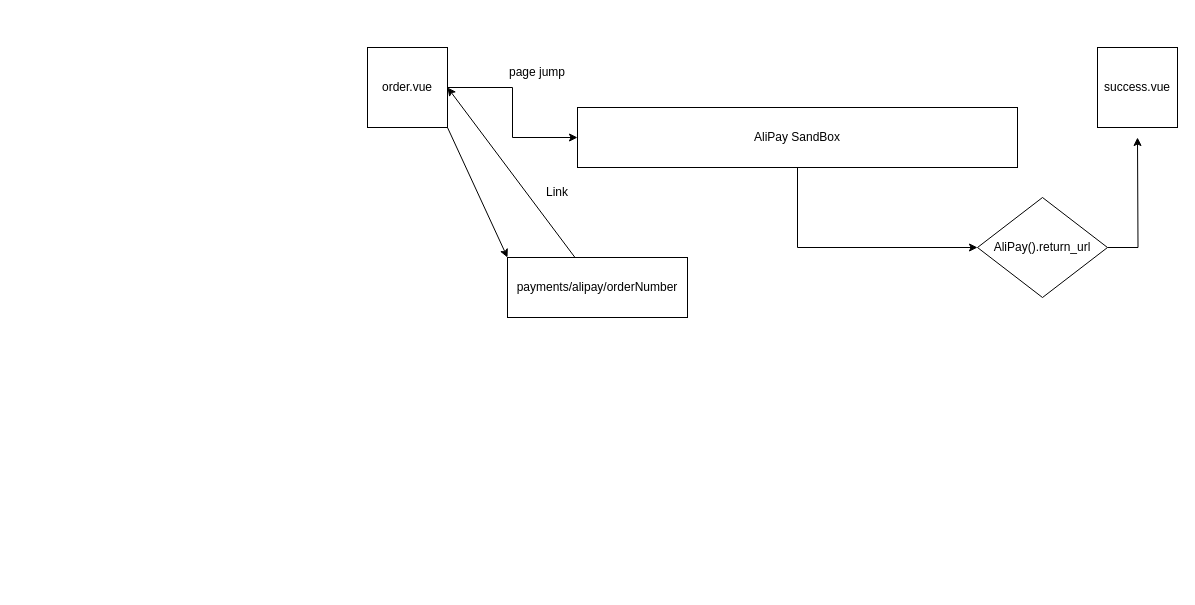
The draw.io diagram draw.io/payment flow.drawio in Caesar-Victory/archtechIllustration, before the edit. Source tidied: cells renumbered, new cells numbered last; positions are measured from the earlier drawing's top-left corner, leaving out a move shared by most shapes. Both pictures are drawn from the tidied source at 100%, with x=0, y=0 at pixel (367, 47).
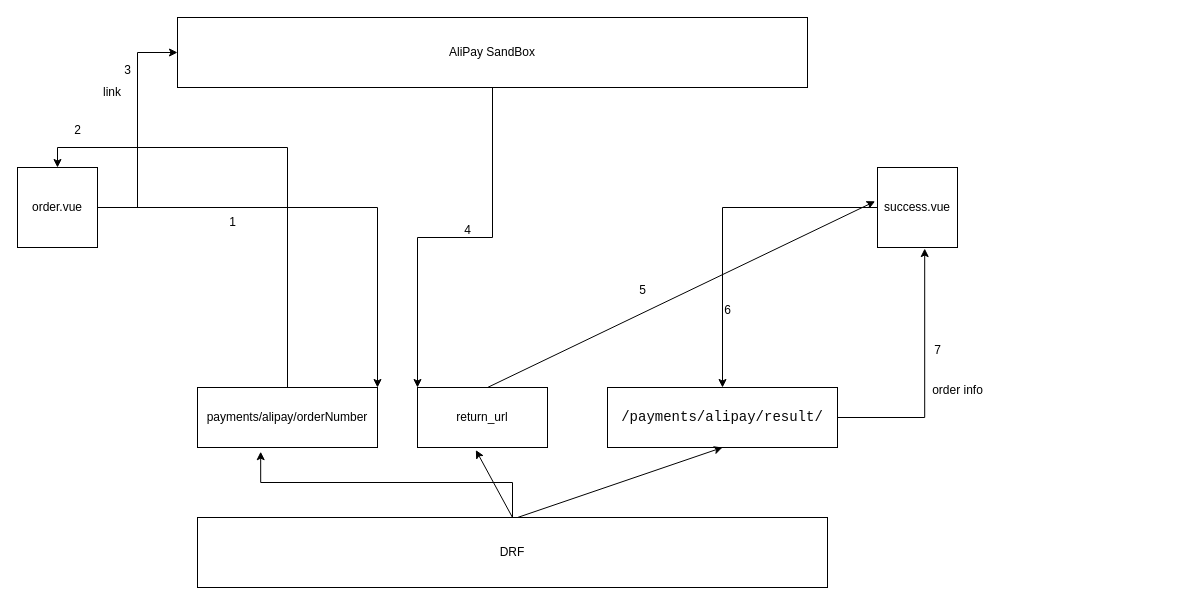
Above is the later version.

The edit, as a diff of the source:
```diff
@@
-    <mxCell id="2" style="edgeStyle=orthogonalEdgeStyle;rounded=0;jettySize=auto;html=1;" parent="1" edge="1" source="3" target="9">
-      <mxGeometry relative="1" as="geometry" />
-    </mxCell>
+    <mxCell id="6" style="edgeStyle=orthogonalEdgeStyle;rounded=0;jettySize=auto;html=1;entryX=1;entryY=0;entryDx=0;entryDy=0;" parent="1" edge="1" source="3" target="5">
+      <mxGeometry relative="1" as="geometry" />
+    </mxCell>
+    <mxCell id="14" style="edgeStyle=orthogonalEdgeStyle;rounded=0;jettySize=auto;html=1;entryX=0;entryY=0.5;entryDx=0;entryDy=0;" parent="1" edge="1" source="3" target="21">
+      <mxGeometry relative="1" as="geometry" />
+    </mxCell>
     <mxCell id="3" value="order.vue" style="whiteSpace=wrap;html=1;" parent="1" vertex="1">
-      <mxGeometry width="80" height="80" as="geometry" />
+      <mxGeometry x="-350" y="120" width="80" height="80" as="geometry" />
     </mxCell>
+    <mxCell id="15" style="edgeStyle=orthogonalEdgeStyle;rounded=0;jettySize=auto;html=1;entryX=0.5;entryY=0;entryDx=0;entryDy=0;" parent="1" edge="1" source="4" target="18">
+      <mxGeometry relative="1" as="geometry" />
+    </mxCell>
     <mxCell id="4" value="success.vue" style="whiteSpace=wrap;html=1;" parent="1" vertex="1">
-      <mxGeometry x="730" width="80" height="80" as="geometry" />
+      <mxGeometry x="510" y="120" width="80" height="80" as="geometry" />
     </mxCell>
+    <mxCell id="7" style="edgeStyle=orthogonalEdgeStyle;rounded=0;jettySize=auto;html=1;entryX=0.5;entryY=0;entryDx=0;entryDy=0;exitX=0.5;exitY=0;exitDx=0;exitDy=0;" parent="1" edge="1" source="5" target="3">
+      <mxGeometry relative="1" as="geometry" />
+    </mxCell>
     <mxCell id="5" value="payments/alipay/orderNumber" style="rounded=0;whiteSpace=wrap;html=1;" parent="1" vertex="1">
-      <mxGeometry x="140" y="210" width="180" height="60" as="geometry" />
+      <mxGeometry x="-170" y="340" width="180" height="60" as="geometry" />
     </mxCell>
-    <mxCell id="6" style="endArrow=classic;html=1;rounded=0;exitX=1;exitY=1;exitDx=0;exitDy=0;entryX=0;entryY=0;entryDx=0;entryDy=0;" parent="1" edge="1" source="3" target="5">
-      <mxGeometry relative="1" as="geometry" />
-    </mxCell>
-    <mxCell id="7" style="endArrow=classic;html=1;rounded=0;entryX=1;entryY=0.5;entryDx=0;entryDy=0;" parent="1" edge="1" source="5" target="3">
-      <mxGeometry relative="1" as="geometry" />
-    </mxCell>
-    <mxCell id="8" style="edgeStyle=orthogonalEdgeStyle;rounded=0;jettySize=auto;html=1;entryX=0;entryY=0.5;entryDx=0;entryDy=0;" parent="1" edge="1" source="9" target="13">
-      <mxGeometry relative="1" as="geometry" />
-    </mxCell>
+    <mxCell id="16" style="edgeStyle=orthogonalEdgeStyle;rounded=0;jettySize=auto;html=1;entryX=0.351;entryY=1.07;entryDx=0;entryDy=0;entryPerimeter=0;" parent="1" edge="1" source="9" target="5">
+      <mxGeometry relative="1" as="geometry">
+        <Array as="points">
+          <mxPoint x="145" y="435" />
+          <mxPoint x="-107" y="435" />
+        </Array>
+      </mxGeometry>
+    </mxCell>
-    <mxCell id="9" value="AliPay SandBox" style="rounded=0;whiteSpace=wrap;html=1;" parent="1" vertex="1">
-      <mxGeometry x="210" y="60" width="440" height="60" as="geometry" />
+    <mxCell id="9" value="DRF" style="rounded=0;whiteSpace=wrap;html=1;" parent="1" vertex="1">
+      <mxGeometry x="-170" y="470" width="630" height="70" as="geometry" />
     </mxCell>
-    <mxCell id="10" value="Link" style="text;html=1;strokeColor=none;fillColor=none;align=center;verticalAlign=middle;whiteSpace=wrap;rounded=0;" parent="1" vertex="1">
-      <mxGeometry x="160" y="130" width="60" height="30" as="geometry" />
-    </mxCell>
-    <mxCell id="11" value="page jump" style="text;html=1;strokeColor=none;fillColor=none;align=center;verticalAlign=middle;whiteSpace=wrap;rounded=0;" parent="1" vertex="1">
-      <mxGeometry x="140" y="10" width="60" height="30" as="geometry" />
-    </mxCell>
-    <mxCell id="12" style="edgeStyle=orthogonalEdgeStyle;rounded=0;jettySize=auto;html=1;" parent="1" edge="1" source="13">
-      <mxGeometry relative="1" as="geometry">
-        <mxPoint x="770" y="90" as="targetPoint" />
-      </mxGeometry>
-    </mxCell>
-    <mxCell id="13" value="AliPay().return_url" style="rhombus;whiteSpace=wrap;html=1;" parent="1" vertex="1">
-      <mxGeometry x="610" y="150" width="130" height="100" as="geometry" />
-    </mxCell>
+    <mxCell id="17" style="edgeStyle=orthogonalEdgeStyle;rounded=0;jettySize=auto;html=1;entryX=0.59;entryY=1.013;entryDx=0;entryDy=0;entryPerimeter=0;" parent="1" edge="1" source="18" target="4">
+      <mxGeometry relative="1" as="geometry" />
+    </mxCell>
+    <mxCell id="18" value="&lt;div style=&quot;background-color: rgb(255, 255, 255); color: rgb(8, 8, 8); font-family: &amp;quot;Droid Sans Mono&amp;quot;, monospace; font-size: 10.5pt;&quot;&gt;/payments/alipay/result/&lt;/div&gt;" style="rounded=0;whiteSpace=wrap;html=1;" parent="1" vertex="1">
+      <mxGeometry x="240" y="340" width="230" height="60" as="geometry" />
+    </mxCell>
+    <mxCell id="19" value="return_url" style="rounded=0;whiteSpace=wrap;html=1;" parent="1" vertex="1">
+      <mxGeometry x="50" y="340" width="130" height="60" as="geometry" />
+    </mxCell>
+    <mxCell id="20" style="edgeStyle=orthogonalEdgeStyle;rounded=0;jettySize=auto;html=1;entryX=0;entryY=0;entryDx=0;entryDy=0;" parent="1" edge="1" source="21" target="19">
+      <mxGeometry relative="1" as="geometry" />
+    </mxCell>
+    <mxCell id="21" value="AliPay SandBox" style="rounded=0;whiteSpace=wrap;html=1;" parent="1" vertex="1">
+      <mxGeometry x="-190" y="-30" width="630" height="70" as="geometry" />
+    </mxCell>
+    <mxCell id="22" value="link" style="text;html=1;strokeColor=none;fillColor=none;align=center;verticalAlign=middle;whiteSpace=wrap;rounded=0;" parent="1" vertex="1">
+      <mxGeometry x="-285" y="30" width="60" height="30" as="geometry" />
+    </mxCell>
+    <mxCell id="23" value="1" style="text;html=1;align=center;verticalAlign=middle;strokeColor=none;fillColor=none;" parent="1" vertex="1">
+      <mxGeometry x="-150" y="160" width="30" height="30" as="geometry" />
+    </mxCell>
+    <mxCell id="24" value="2" style="text;html=1;align=center;verticalAlign=middle;strokeColor=none;fillColor=none;" parent="1" vertex="1">
+      <mxGeometry x="-305" y="68" width="30" height="30" as="geometry" />
+    </mxCell>
+    <mxCell id="25" value="3" style="text;html=1;align=center;verticalAlign=middle;strokeColor=none;fillColor=none;" parent="1" vertex="1">
+      <mxGeometry x="-255" y="8" width="30" height="30" as="geometry" />
+    </mxCell>
+    <mxCell id="26" value="4" style="text;html=1;align=center;verticalAlign=middle;strokeColor=none;fillColor=none;" parent="1" vertex="1">
+      <mxGeometry x="85" y="168" width="30" height="30" as="geometry" />
+    </mxCell>
+    <mxCell id="27" style="endArrow=classic;html=1;rounded=0;entryX=-0.03;entryY=0.423;entryDx=0;entryDy=0;entryPerimeter=0;" parent="1" edge="1" target="4">
+      <mxGeometry relative="1" as="geometry">
+        <mxPoint x="120" y="340" as="sourcePoint" />
+      </mxGeometry>
+    </mxCell>
+    <mxCell id="28" value="5" style="text;html=1;align=center;verticalAlign=middle;strokeColor=none;fillColor=none;" parent="1" vertex="1">
+      <mxGeometry x="260" y="228" width="30" height="30" as="geometry" />
+    </mxCell>
+    <mxCell id="29" value="6" style="text;html=1;align=center;verticalAlign=middle;strokeColor=none;fillColor=none;" parent="1" vertex="1">
+      <mxGeometry x="345" y="248" width="30" height="30" as="geometry" />
+    </mxCell>
+    <mxCell id="30" value="7" style="text;html=1;align=center;verticalAlign=middle;strokeColor=none;fillColor=none;" parent="1" vertex="1">
+      <mxGeometry x="555" y="288" width="30" height="30" as="geometry" />
+    </mxCell>
+    <mxCell id="31" value="order info" style="text;html=1;align=center;verticalAlign=middle;strokeColor=none;fillColor=none;" parent="1" vertex="1">
+      <mxGeometry x="555" y="328" width="70" height="30" as="geometry" />
+    </mxCell>
+    <mxCell id="32" style="endArrow=classic;html=1;rounded=0;entryX=0.5;entryY=1;entryDx=0;entryDy=0;" parent="1" edge="1" target="18">
+      <mxGeometry relative="1" as="geometry">
+        <mxPoint x="150" y="470" as="sourcePoint" />
+      </mxGeometry>
+    </mxCell>
+    <mxCell id="33" style="endArrow=classic;html=1;rounded=0;entryX=0.449;entryY=1.043;entryDx=0;entryDy=0;entryPerimeter=0;exitX=0.5;exitY=0;exitDx=0;exitDy=0;" parent="1" edge="1" source="9" target="19">
+      <mxGeometry relative="1" as="geometry" />
+    </mxCell>
```
